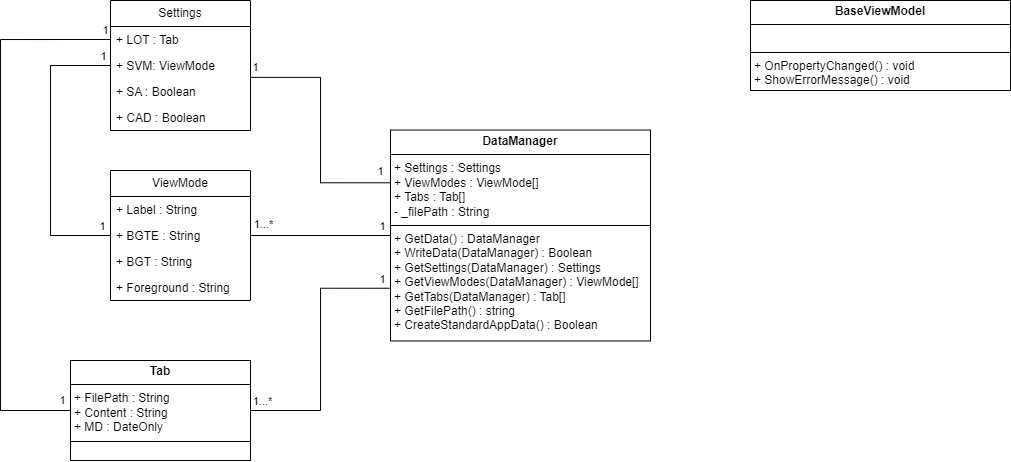
This is Drafts/ClassDiagrams.drawio.png from scholzandre/BetterEditor, a draw.io export, as it was before one commit. Source tidied: cells renumbered, new cells last; positions are measured from the earlier drawing's top-left corner, leaving out a move shared by most shapes.
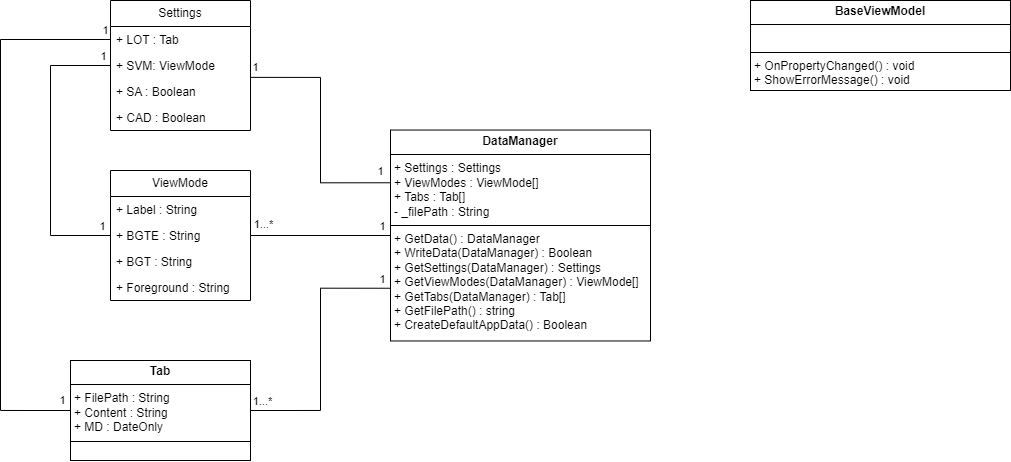
Later version of the same file.

Commit message:
#update class diagrams

Diff of the diagram source:
```diff
@@ -74,7 +74,7 @@
     <mxCell id="21" value="&lt;p style=&quot;margin:0px;margin-top:4px;text-align:center;&quot;&gt;&lt;b&gt;Tab&lt;/b&gt;&lt;/p&gt;&lt;hr size=&quot;1&quot; style=&quot;border-style:solid;&quot;&gt;&lt;p style=&quot;margin:0px;margin-left:4px;&quot;&gt;+ FilePath : String&lt;/p&gt;&lt;p style=&quot;margin:0px;margin-left:4px;&quot;&gt;+ Content : String&lt;/p&gt;&lt;p style=&quot;margin:0px;margin-left:4px;&quot;&gt;+ MD : DateOnly&lt;/p&gt;&lt;hr size=&quot;1&quot; style=&quot;border-style:solid;&quot;&gt;&lt;p style=&quot;margin:0px;margin-left:4px;&quot;&gt;&lt;br&gt;&lt;/p&gt;" style="verticalAlign=top;align=left;overflow=fill;html=1;whiteSpace=wrap;" parent="1" vertex="1">
       <mxGeometry x="70" y="360" width="180" height="100" as="geometry" />
     </mxCell>
-    <mxCell id="22" value="&lt;p style=&quot;margin:0px;margin-top:4px;text-align:center;&quot;&gt;&lt;b&gt;DataManager&lt;/b&gt;&lt;/p&gt;&lt;hr size=&quot;1&quot; style=&quot;border-style:solid;&quot;&gt;&lt;p style=&quot;margin:0px;margin-left:4px;&quot;&gt;+ Settings : Settings&lt;/p&gt;&lt;p style=&quot;margin:0px;margin-left:4px;&quot;&gt;+ ViewModes : ViewMode[]&lt;/p&gt;&lt;p style=&quot;margin:0px;margin-left:4px;&quot;&gt;+ Tabs : Tab[]&lt;/p&gt;&lt;p style=&quot;margin:0px;margin-left:4px;&quot;&gt;- _filePath : String&lt;/p&gt;&lt;hr size=&quot;1&quot; style=&quot;border-style:solid;&quot;&gt;&lt;p style=&quot;margin:0px;margin-left:4px;&quot;&gt;+ GetData() : DataManager&lt;/p&gt;&lt;p style=&quot;margin:0px;margin-left:4px;&quot;&gt;+ WriteData(DataManager) : Boolean&lt;/p&gt;&lt;p style=&quot;margin:0px;margin-left:4px;&quot;&gt;+ GetSettings(DataManager) : Settings&lt;/p&gt;&lt;p style=&quot;margin:0px;margin-left:4px;&quot;&gt;+ GetViewModes(DataManager) : ViewMode[]&lt;/p&gt;&lt;p style=&quot;margin:0px;margin-left:4px;&quot;&gt;+ GetTabs(DataManager) : Tab[]&lt;span style=&quot;background-color: initial;&quot;&gt;&amp;nbsp;&lt;/span&gt;&lt;/p&gt;&lt;p style=&quot;margin:0px;margin-left:4px;&quot;&gt;&lt;span style=&quot;background-color: initial;&quot;&gt;+ GetFilePath() : string&lt;/span&gt;&lt;/p&gt;&lt;p style=&quot;margin:0px;margin-left:4px;&quot;&gt;&lt;span style=&quot;background-color: initial;&quot;&gt;+ CreateStandardAppData() : Boolean&lt;/span&gt;&lt;/p&gt;" style="verticalAlign=top;align=left;overflow=fill;html=1;whiteSpace=wrap;" parent="1" vertex="1">
+    <mxCell id="22" value="&lt;p style=&quot;margin:0px;margin-top:4px;text-align:center;&quot;&gt;&lt;b&gt;DataManager&lt;/b&gt;&lt;/p&gt;&lt;hr size=&quot;1&quot; style=&quot;border-style:solid;&quot;&gt;&lt;p style=&quot;margin:0px;margin-left:4px;&quot;&gt;+ Settings : Settings&lt;/p&gt;&lt;p style=&quot;margin:0px;margin-left:4px;&quot;&gt;+ ViewModes : ViewMode[]&lt;/p&gt;&lt;p style=&quot;margin:0px;margin-left:4px;&quot;&gt;+ Tabs : Tab[]&lt;/p&gt;&lt;p style=&quot;margin:0px;margin-left:4px;&quot;&gt;- _filePath : String&lt;/p&gt;&lt;hr size=&quot;1&quot; style=&quot;border-style:solid;&quot;&gt;&lt;p style=&quot;margin:0px;margin-left:4px;&quot;&gt;+ GetData() : DataManager&lt;/p&gt;&lt;p style=&quot;margin:0px;margin-left:4px;&quot;&gt;+ WriteData(DataManager) : Boolean&lt;/p&gt;&lt;p style=&quot;margin:0px;margin-left:4px;&quot;&gt;+ GetSettings(DataManager) : Settings&lt;/p&gt;&lt;p style=&quot;margin:0px;margin-left:4px;&quot;&gt;+ GetViewModes(DataManager) : ViewMode[]&lt;/p&gt;&lt;p style=&quot;margin:0px;margin-left:4px;&quot;&gt;+ GetTabs(DataManager) : Tab[]&lt;span style=&quot;background-color: initial;&quot;&gt;&amp;nbsp;&lt;/span&gt;&lt;/p&gt;&lt;p style=&quot;margin:0px;margin-left:4px;&quot;&gt;&lt;span style=&quot;background-color: initial;&quot;&gt;+ GetFilePath() : string&lt;/span&gt;&lt;/p&gt;&lt;p style=&quot;margin:0px;margin-left:4px;&quot;&gt;&lt;span style=&quot;background-color: initial;&quot;&gt;+ CreateDefaultAppData() : Boolean&lt;/span&gt;&lt;/p&gt;" style="verticalAlign=top;align=left;overflow=fill;html=1;whiteSpace=wrap;" parent="1" vertex="1">
       <mxGeometry x="390" y="129.5" width="260" height="210.9" as="geometry" />
     </mxCell>
     <mxCell id="23" style="edgeStyle=orthogonalEdgeStyle;rounded=0;jettySize=auto;html=1;exitX=0;exitY=0.5;exitDx=0;exitDy=0;entryX=0;entryY=0.5;entryDx=0;entryDy=0;endArrow=none;endFill=0;" parent="1" edge="1" source="3" target="21">
```
